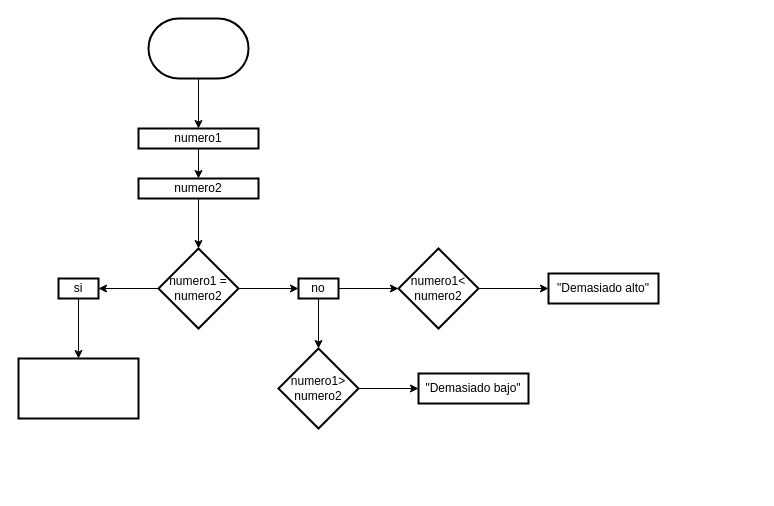
Before: diagrama.drawio in JoneVdr/adivinaunnumero, a draw.io diagram. Source tidied: cells renumbered, new cells numbered last; positions are measured from the earlier drawing's top-left corner, leaving out a move shared by most shapes. Both pictures are drawn from the tidied source at 100%, with x=0, y=0 at pixel (18, 18).
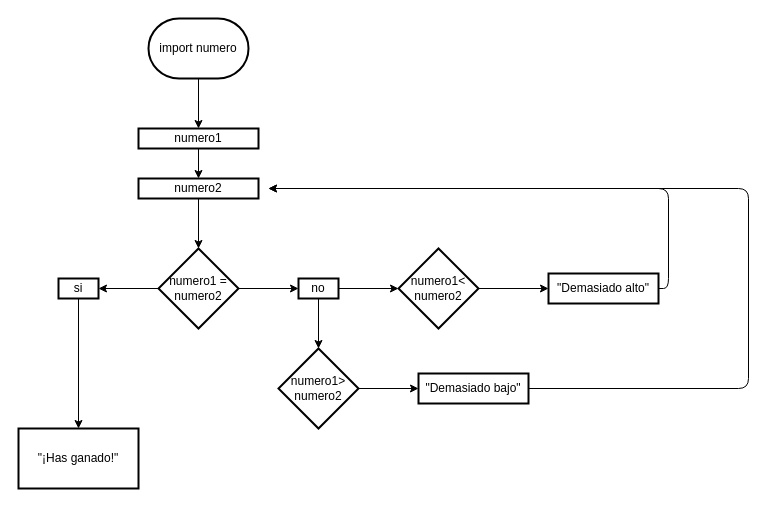
After the change.

What changed in the source:
```diff
@@
-    <mxCell id="3" style="strokeWidth=2;html=1;shape=mxgraph.flowchart.terminator;whiteSpace=wrap;" parent="1" vertex="1">
+    <mxCell id="3" value="import numero" style="strokeWidth=2;html=1;shape=mxgraph.flowchart.terminator;whiteSpace=wrap;" parent="1" vertex="1">
       <mxGeometry x="130" width="100" height="60" as="geometry" />
     </mxCell>
@@
-    <mxCell id="22" style="whiteSpace=wrap;html=1;strokeWidth=2;" parent="1" vertex="1">
-      <mxGeometry y="340" width="120" height="60" as="geometry" />
+    <mxCell id="22" value="&quot;¡Has ganado!&quot;" style="whiteSpace=wrap;html=1;strokeWidth=2;" parent="1" vertex="1">
+      <mxGeometry y="410" width="120" height="60" as="geometry" />
     </mxCell>
+    <mxCell id="23" style="edgeStyle=elbowEdgeStyle;elbow=horizontal;endArrow=classic;html=1;" parent="1" edge="1">
+      <mxGeometry relative="1" as="geometry">
+        <mxPoint x="640" y="270" as="sourcePoint" />
+        <mxPoint x="250" y="170" as="targetPoint" />
+        <Array as="points">
+          <mxPoint x="650" y="220" />
+        </Array>
+      </mxGeometry>
+    </mxCell>
+    <mxCell id="24" style="edgeStyle=elbowEdgeStyle;elbow=horizontal;endArrow=classic;html=1;" parent="1" edge="1">
+      <mxGeometry relative="1" as="geometry">
+        <mxPoint x="510" y="370" as="sourcePoint" />
+        <mxPoint x="250" y="170" as="targetPoint" />
+        <Array as="points">
+          <mxPoint x="730" y="240" />
+        </Array>
+      </mxGeometry>
+    </mxCell>
```
